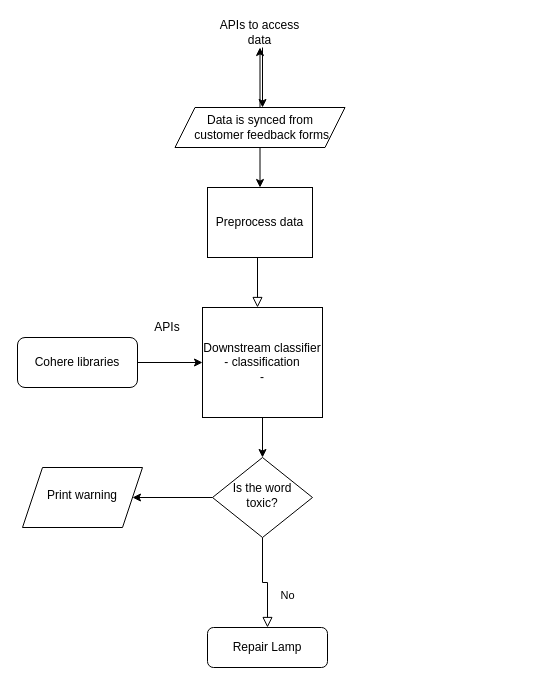
Earlier version of the draw.io diagram Untitled Diagram.drawio (MegCheppy/Customer-Feedback-Analysis). Source tidied: cells renumbered, new cells numbered last; positions are measured from the earlier drawing's top-left corner, leaving out a move shared by most shapes. Both pictures are drawn from the tidied source at 100%, with x=0, y=0 at pixel (17, 17).
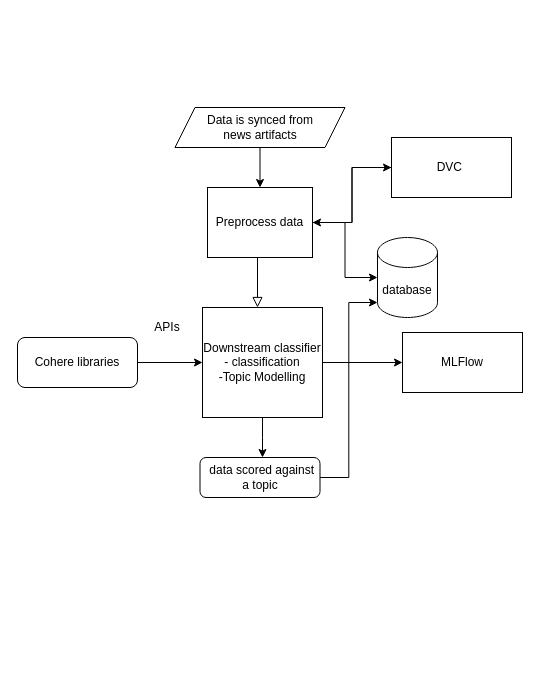
The same page after the edit.

Commit message:
Updated MLOps pipeline

Unchanged cells that the change refers to:
```xml
<mxCell id="17" value="Preprocess data" style="whiteSpace=wrap;html=1;" parent="1" vertex="1">
  <mxGeometry x="190" y="170" width="105" height="70" as="geometry" />
</mxCell>
```

What changed in the source:
```diff
@@
-    <mxCell id="5" value="No" style="rounded=0;html=1;jettySize=auto;fontSize=11;endArrow=block;endFill=0;endSize=8;strokeWidth=1;shadow=0;labelBackgroundColor=none;edgeStyle=orthogonalEdgeStyle;" parent="1" edge="1" source="7" target="8">
-      <mxGeometry x="0.33" y="20" relative="1" as="geometry" />
-    </mxCell>
-    <mxCell id="6" style="edgeStyle=orthogonalEdgeStyle;rounded=0;jettySize=auto;html=1;" parent="1" edge="1" source="7" target="16">
-      <mxGeometry relative="1" as="geometry" />
-    </mxCell>
-    <mxCell id="7" value="Is the word toxic?" style="rhombus;whiteSpace=wrap;html=1;shadow=0;fontFamily=Helvetica;fontSize=12;align=center;strokeWidth=1;spacing=6;spacingTop=-4;" parent="1" vertex="1">
-      <mxGeometry x="195" y="440" width="100" height="80" as="geometry" />
-    </mxCell>
+    <mxCell id="19" style="edgeStyle=orthogonalEdgeStyle;rounded=0;jettySize=auto;html=1;entryX=0;entryY=1;entryDx=0;entryDy=-15;entryPerimeter=0;" parent="1" edge="1" source="8" target="23">
+      <mxGeometry relative="1" as="geometry" />
+    </mxCell>
-    <mxCell id="8" value="Repair Lamp" style="rounded=1;whiteSpace=wrap;html=1;fontSize=12;glass=0;strokeWidth=1;shadow=0;" parent="1" vertex="1">
-      <mxGeometry x="190" y="610" width="120" height="40" as="geometry" />
+    <mxCell id="8" value="&amp;nbsp;data scored against a topic" style="rounded=1;whiteSpace=wrap;html=1;fontSize=12;glass=0;strokeWidth=1;shadow=0;" parent="1" vertex="1">
+      <mxGeometry x="182.5" y="440" width="120" height="40" as="geometry" />
     </mxCell>
@@
-    <mxCell id="10" style="edgeStyle=orthogonalEdgeStyle;rounded=0;jettySize=auto;html=1;" parent="1" edge="1" source="11" target="12">
-      <mxGeometry relative="1" as="geometry" />
-    </mxCell>
-    <mxCell id="11" value="Data is synced from&lt;br&gt;&amp;nbsp;customer feedback forms" style="shape=parallelogram;perimeter=parallelogramPerimeter;whiteSpace=wrap;html=1;fixedSize=1;" parent="1" vertex="1">
+    <mxCell id="11" value="Data is synced from&lt;br&gt;news artifacts" style="shape=parallelogram;perimeter=parallelogramPerimeter;whiteSpace=wrap;html=1;fixedSize=1;" parent="1" vertex="1">
       <mxGeometry x="157.5" y="90" width="170" height="40" as="geometry" />
     </mxCell>
-    <mxCell id="12" value="APIs to access data" style="text;html=1;strokeColor=none;fillColor=none;align=center;verticalAlign=middle;whiteSpace=wrap;rounded=0;" parent="1" vertex="1">
-      <mxGeometry x="200" width="85" height="30" as="geometry" />
-    </mxCell>
-    <mxCell id="13" style="edgeStyle=orthogonalEdgeStyle;rounded=0;jettySize=auto;html=1;" parent="1" edge="1" source="14" target="7">
-      <mxGeometry relative="1" as="geometry" />
+    <mxCell id="13" style="edgeStyle=orthogonalEdgeStyle;rounded=0;jettySize=auto;html=1;" parent="1" edge="1" source="14">
+      <mxGeometry relative="1" as="geometry">
+        <mxPoint x="245" y="440" as="targetPoint" />
+      </mxGeometry>
     </mxCell>
+    <mxCell id="20" style="edgeStyle=orthogonalEdgeStyle;rounded=0;jettySize=auto;html=1;" parent="1" edge="1" source="14" target="26">
+      <mxGeometry relative="1" as="geometry" />
+    </mxCell>
-    <mxCell id="14" value="Downstream classifier&lt;br&gt;- classification&lt;br&gt;-" style="rounded=0;whiteSpace=wrap;html=1;" parent="1" vertex="1">
+    <mxCell id="14" value="Downstream classifier&lt;br&gt;- classification &lt;br&gt;-Topic Modelling" style="rounded=0;whiteSpace=wrap;html=1;" parent="1" vertex="1">
       <mxGeometry x="185" y="290" width="120" height="110" as="geometry" />
     </mxCell>
@@
-    <mxCell id="16" value="Print warning" style="shape=parallelogram;perimeter=parallelogramPerimeter;whiteSpace=wrap;html=1;fixedSize=1;shadow=0;strokeWidth=1;spacing=6;spacingTop=-4;" parent="1" vertex="1">
-      <mxGeometry x="5" y="450" width="120" height="60" as="geometry" />
-    </mxCell>
+    <mxCell id="21" style="edgeStyle=orthogonalEdgeStyle;rounded=0;jettySize=auto;html=1;" parent="1" edge="1" source="17" target="23">
+      <mxGeometry relative="1" as="geometry" />
+    </mxCell>
+    <mxCell id="22" style="edgeStyle=orthogonalEdgeStyle;rounded=0;jettySize=auto;html=1;" parent="1" edge="1" source="17" target="25">
+      <mxGeometry relative="1" as="geometry" />
+    </mxCell>
@@
-    <mxCell id="18" style="edgeStyle=orthogonalEdgeStyle;rounded=0;orthogonalLoop=1;jettySize=auto;html=1;" parent="1" edge="1">
-      <mxGeometry relative="1" as="geometry">
-        <mxPoint x="245" y="30" as="sourcePoint" />
-        <mxPoint x="245" y="90" as="targetPoint" />
-      </mxGeometry>
-    </mxCell>
+    <mxCell id="23" value="database" style="shape=cylinder3;whiteSpace=wrap;html=1;boundedLbl=1;backgroundOutline=1;size=15;" parent="1" vertex="1">
+      <mxGeometry x="360" y="220" width="60" height="80" as="geometry" />
+    </mxCell>
+    <mxCell id="24" style="edgeStyle=orthogonalEdgeStyle;rounded=0;jettySize=auto;html=1;" parent="1" edge="1" source="25" target="17">
+      <mxGeometry relative="1" as="geometry" />
+    </mxCell>
+    <mxCell id="25" value="DVC&amp;nbsp;" style="rounded=0;whiteSpace=wrap;html=1;" parent="1" vertex="1">
+      <mxGeometry x="374" y="120" width="120" height="60" as="geometry" />
+    </mxCell>
+    <mxCell id="26" value="MLFlow" style="whiteSpace=wrap;html=1;rounded=0;" parent="1" vertex="1">
+      <mxGeometry x="385" y="315" width="120" height="60" as="geometry" />
+    </mxCell>
```
